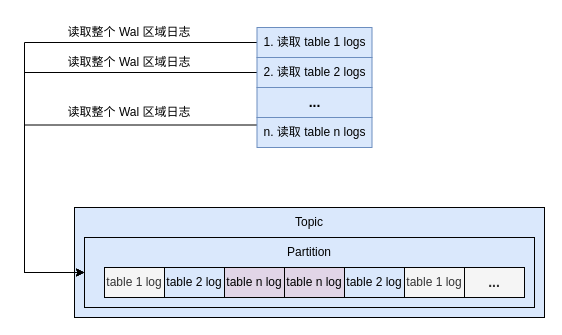
Before: kafkawal.drawio in Rachelint/drawio-store, a draw.io diagram. Source tidied: cells renumbered, new cells numbered last; positions are measured from the earlier drawing's top-left corner, leaving out a move shared by most shapes. Both pictures are drawn from the tidied source at 100%, with x=0, y=0 at pixel (24, 17).
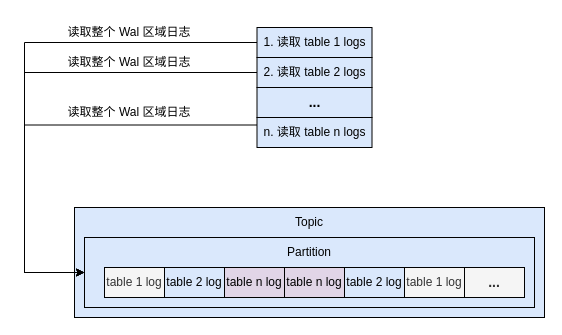
The same diagram, later.

Change to the diagram source:
```diff
@@
-    <mxCell id="14" value="1. 读取 table 1 logs" style="rounded=0;whiteSpace=wrap;html=1;fillColor=#dae8fc;strokeColor=#6c8ebf;" parent="1" vertex="1">
+    <mxCell id="14" value="1. 读取 table 1 logs" style="rounded=0;whiteSpace=wrap;html=1;fillColor=#dae8fc;strokeColor=#000000;" parent="1" vertex="1">
       <mxGeometry x="232.5" y="10" width="115" height="30" as="geometry" />
     </mxCell>
@@
-    <mxCell id="16" value="2. 读取 table 2 logs" style="rounded=0;whiteSpace=wrap;html=1;fillColor=#dae8fc;strokeColor=#6c8ebf;" parent="1" vertex="1">
+    <mxCell id="16" value="2. 读取 table 2 logs" style="rounded=0;whiteSpace=wrap;html=1;fillColor=#dae8fc;strokeColor=#000000;" parent="1" vertex="1">
       <mxGeometry x="232.5" y="40" width="115" height="30" as="geometry" />
     </mxCell>
-    <mxCell id="17" value="&lt;font style=&quot;font-size: 14px;&quot;&gt;&lt;b&gt;...&lt;/b&gt;&lt;/font&gt;" style="rounded=0;whiteSpace=wrap;html=1;fillColor=#dae8fc;strokeColor=#6c8ebf;" parent="1" vertex="1">
+    <mxCell id="17" value="&lt;font style=&quot;font-size: 14px;&quot;&gt;&lt;b&gt;...&lt;/b&gt;&lt;/font&gt;" style="rounded=0;whiteSpace=wrap;html=1;fillColor=#dae8fc;strokeColor=#000000;" parent="1" vertex="1">
       <mxGeometry x="232.5" y="70" width="115" height="30" as="geometry" />
     </mxCell>
@@
-    <mxCell id="19" value="n. 读取 table n logs" style="rounded=0;whiteSpace=wrap;html=1;fillColor=#dae8fc;strokeColor=#6c8ebf;" parent="1" vertex="1">
+    <mxCell id="19" value="n. 读取 table n logs" style="rounded=0;whiteSpace=wrap;html=1;fillColor=#dae8fc;strokeColor=#000000;" parent="1" vertex="1">
       <mxGeometry x="232.5" y="100" width="115" height="30" as="geometry" />
     </mxCell>
```
